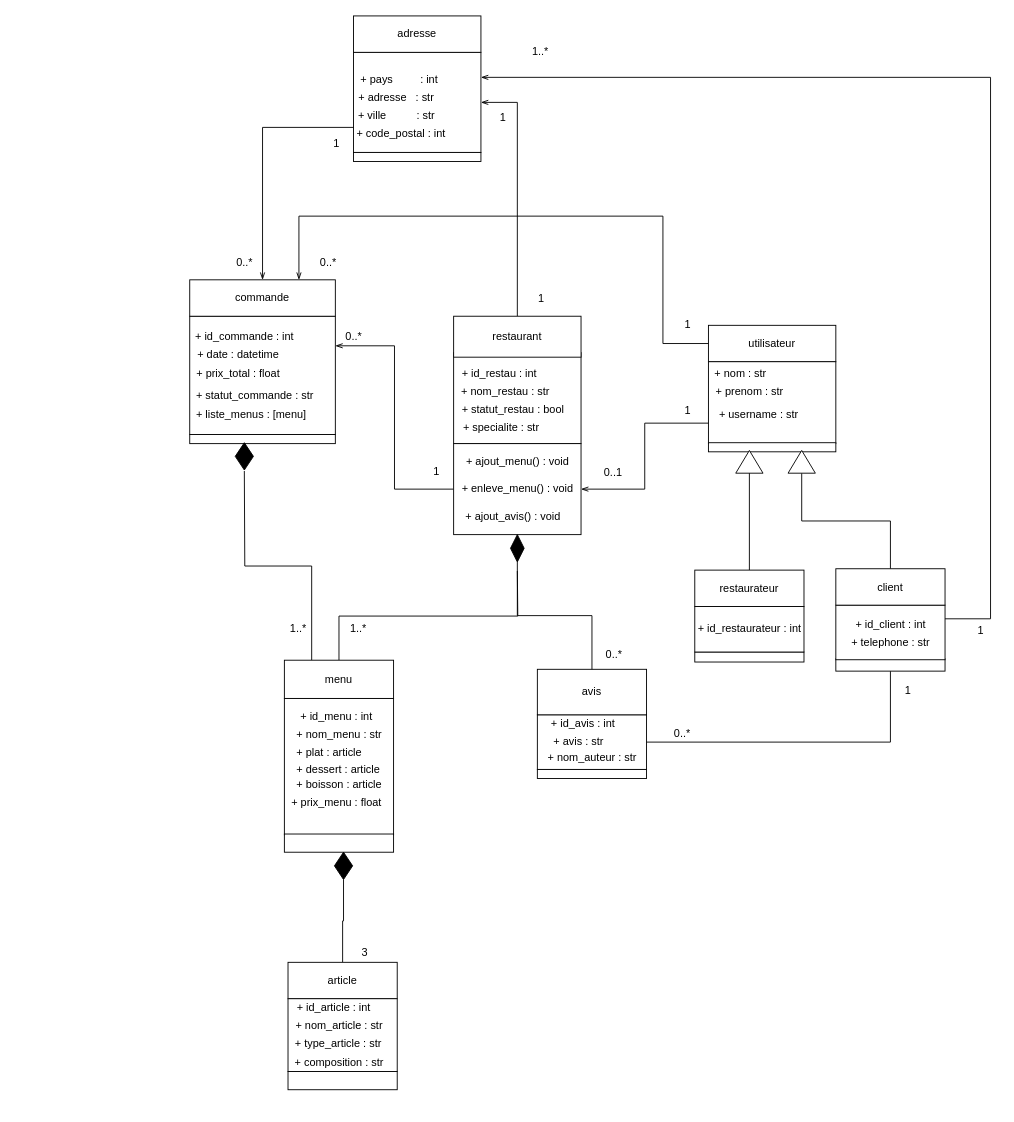
This is diagrammes/diagramme_de_classes.drawio from TheAIWizard/Ensaeats, a draw.io file, before an edit. Source tidied: cells renumbered, new cells numbered last; positions are measured from the earlier drawing's top-left corner, leaving out a move shared by most shapes. Both pictures are drawn from the tidied source at 91%, with x=0, y=0 at pixel (184, 15).
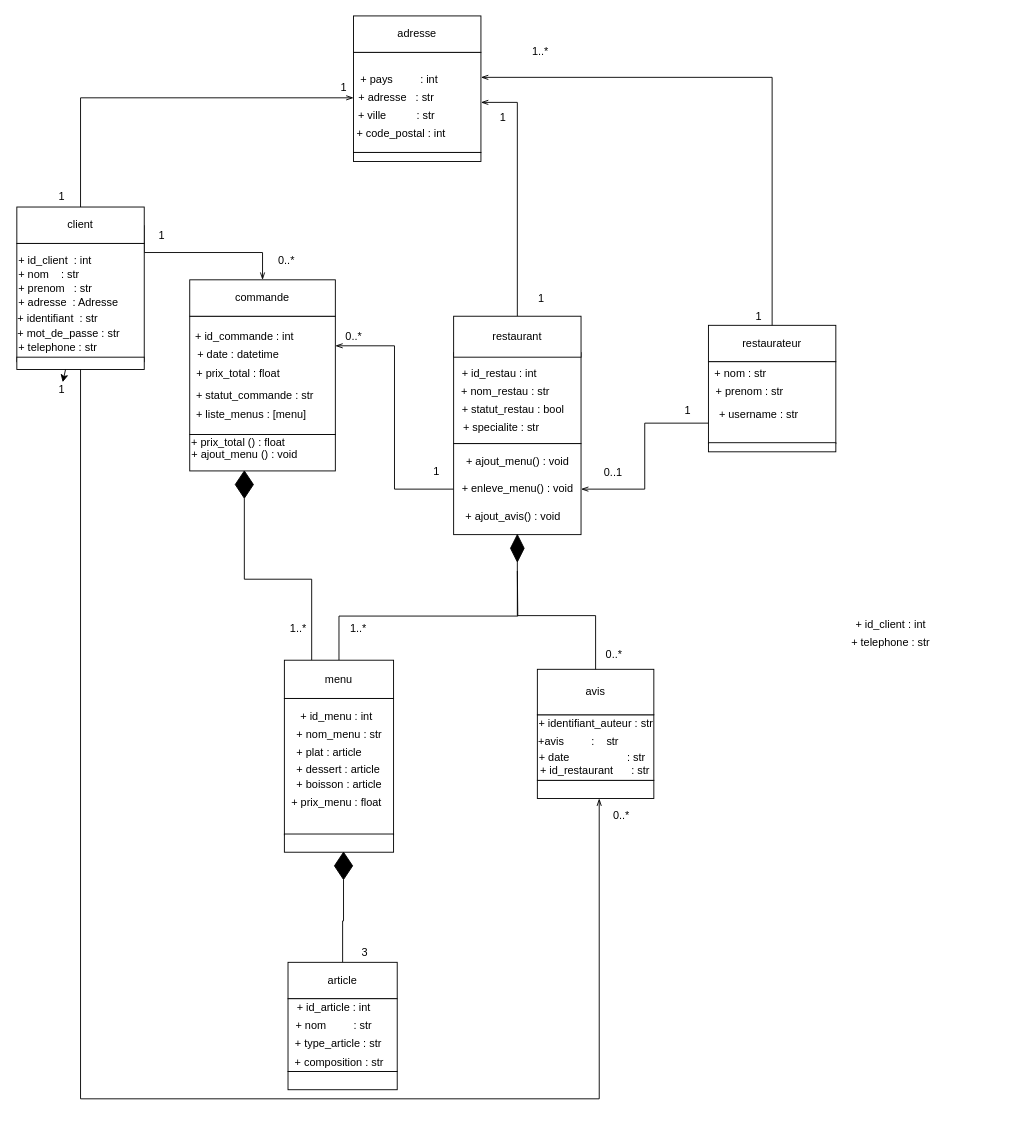
The same page after the edit.

Commit message (it also covers changes not shown here):
miise à jours des diagramme

Unchanged cells that the change refers to:
```xml
<mxCell id="4" style="rounded=0;whiteSpace=wrap;html=1;" parent="1" vertex="1">
  <mxGeometry x="186" y="40" width="140" height="110" as="geometry" />
</mxCell>
<mxCell id="30" value="commande" style="rounded=0;whiteSpace=wrap;html=1;" parent="1" vertex="1">
  <mxGeometry x="6" y="290" width="160" height="40" as="geometry" />
</mxCell>
<mxCell id="73" value="menu" style="rounded=0;whiteSpace=wrap;html=1;" parent="1" vertex="1">
  <mxGeometry x="110" y="708" width="120" height="42" as="geometry" />
</mxCell>
```

Diff of the diagram source:
```diff
@@
     <mxCell id="5" style="rounded=0;whiteSpace=wrap;html=1;" parent="1" vertex="1">
-      <mxGeometry x="6" y="460" width="160" height="10" as="geometry" />
+      <mxGeometry x="6" y="460" width="160" height="40" as="geometry" />
     </mxCell>
@@
-    <mxCell id="8" style="edgeStyle=orthogonalEdgeStyle;rounded=0;jettySize=auto;html=1;exitX=0;exitY=0.75;exitDx=0;exitDy=0;endArrow=openThin;endFill=0;strokeColor=#000000;" parent="1" edge="1" source="4" target="30">
-      <mxGeometry relative="1" as="geometry" />
+    <mxCell id="8" style="edgeStyle=orthogonalEdgeStyle;rounded=0;jettySize=auto;html=1;endArrow=openThin;endFill=0;strokeColor=#000000;exitX=1;exitY=0.5;exitDx=0;exitDy=0;" parent="1" edge="1" source="60" target="30">
+      <mxGeometry relative="1" as="geometry">
+        <Array as="points">
+          <mxPoint x="-44" y="260" />
+          <mxPoint x="86" y="260" />
+        </Array>
+      </mxGeometry>
     </mxCell>
@@
-    <mxCell id="10" value="utilisateur" style="rounded=0;whiteSpace=wrap;html=1;" parent="1" vertex="1">
+    <mxCell id="10" value="restaurateur" style="rounded=0;whiteSpace=wrap;html=1;" parent="1" vertex="1">
       <mxGeometry x="576" y="340" width="140" height="40" as="geometry" />
     </mxCell>
@@
-    <mxCell id="12" style="edgeStyle=orthogonalEdgeStyle;rounded=0;jettySize=auto;html=1;exitX=0;exitY=0.5;exitDx=0;exitDy=0;entryX=0.75;entryY=0;entryDx=0;entryDy=0;endArrow=openThin;endFill=0;strokeColor=#000000;" parent="1" edge="1" source="10" target="30">
-      <mxGeometry relative="1" as="geometry">
-        <Array as="points">
-          <mxPoint x="526" y="360" />
-          <mxPoint x="526" y="220" />
-          <mxPoint x="126" y="220" />
-        </Array>
-      </mxGeometry>
-    </mxCell>
@@
-    <mxCell id="14" style="edgeStyle=orthogonalEdgeStyle;rounded=0;jettySize=auto;html=1;endArrow=openThin;endFill=0;strokeColor=#000000;entryX=1;entryY=0.25;entryDx=0;entryDy=0;exitX=1;exitY=0.25;exitDx=0;exitDy=0;" parent="1" edge="1" source="58" target="4">
+    <mxCell id="14" style="edgeStyle=orthogonalEdgeStyle;rounded=0;jettySize=auto;html=1;endArrow=openThin;endFill=0;strokeColor=#000000;entryX=1;entryY=0.25;entryDx=0;entryDy=0;exitX=0.5;exitY=0;exitDx=0;exitDy=0;" parent="1" edge="1" source="10" target="4">
       <mxGeometry relative="1" as="geometry">
         <Array as="points">
-          <mxPoint x="886" y="663" />
-          <mxPoint x="886" y="68" />
+          <mxPoint x="646" y="68" />
         </Array>
       </mxGeometry>
     </mxCell>
@@
-    <mxCell id="33" value="&lt;font color=&quot;#000000&quot;&gt;1&lt;/font&gt;" style="text;html=1;align=center;verticalAlign=middle;strokeColor=none;" parent="1" vertex="1">
-      <mxGeometry x="866" y="667" width="17" height="17" as="geometry" />
-    </mxCell>
     <mxCell id="34" value="&lt;font color=&quot;#000000&quot;&gt;1&lt;/font&gt;" style="text;html=1;align=center;verticalAlign=middle;strokeColor=none;" parent="1" vertex="1">
-      <mxGeometry x="544" y="330" width="17" height="17" as="geometry" />
+      <mxGeometry x="622.5" y="322" width="17" height="17" as="geometry" />
     </mxCell>
@@
     <mxCell id="37" value="&lt;font color=&quot;#000000&quot;&gt;0..*&lt;/font&gt;" style="text;html=1;align=center;verticalAlign=middle;strokeColor=none;" parent="1" vertex="1">
-      <mxGeometry x="144" y="262" width="28" height="17" as="geometry" />
+      <mxGeometry x="98" y="260.5" width="28" height="17" as="geometry" />
     </mxCell>
@@
-    <mxCell id="40" value="&lt;font color=&quot;#000000&quot;&gt;1&lt;/font&gt;" style="text;html=1;align=center;verticalAlign=middle;strokeColor=none;" parent="1" vertex="1">
-      <mxGeometry x="158" y="132" width="17" height="17" as="geometry" />
-    </mxCell>
@@
-    <mxCell id="42" value="&lt;font color=&quot;#000000&quot;&gt;0..*&lt;/font&gt;" style="text;html=1;align=center;verticalAlign=middle;strokeColor=none;" parent="1" vertex="1">
-      <mxGeometry x="52" y="262" width="28" height="17" as="geometry" />
-    </mxCell>
@@
     <mxCell id="48" style="rounded=0;whiteSpace=wrap;html=1;" parent="1" vertex="1">
-      <mxGeometry x="388" y="828" width="120" height="10" as="geometry" />
+      <mxGeometry x="388" y="840" width="128" height="20" as="geometry" />
     </mxCell>
-    <mxCell id="49" style="rounded=0;whiteSpace=wrap;html=1;" parent="1" vertex="1">
-      <mxGeometry x="388" y="768" width="120" height="60" as="geometry" />
+    <mxCell id="49" style="rounded=0;whiteSpace=wrap;html=1;align=left;" parent="1" vertex="1">
+      <mxGeometry x="388" y="768" width="128" height="72" as="geometry" />
     </mxCell>
     <mxCell id="50" value="avis" style="rounded=0;whiteSpace=wrap;html=1;" parent="1" vertex="1">
-      <mxGeometry x="388" y="718" width="120" height="50" as="geometry" />
+      <mxGeometry x="388" y="718" width="128" height="50" as="geometry" />
     </mxCell>
@@
-    <mxCell id="56" style="edgeStyle=orthogonalEdgeStyle;rounded=0;jettySize=auto;html=1;exitX=0.5;exitY=1;exitDx=0;exitDy=0;entryX=1;entryY=0.5;entryDx=0;entryDy=0;endArrow=none;endFill=0;strokeColor=#000000;" parent="1" edge="1" source="57" target="49">
-      <mxGeometry relative="1" as="geometry" />
-    </mxCell>
-    <mxCell id="57" style="rounded=0;whiteSpace=wrap;html=1;" parent="1" vertex="1">
-      <mxGeometry x="716" y="706.5" width="120" height="13.5" as="geometry" />
-    </mxCell>
-    <mxCell id="58" style="rounded=0;whiteSpace=wrap;html=1;" parent="1" vertex="1">
-      <mxGeometry x="716" y="647.5" width="120" height="60" as="geometry" />
-    </mxCell>
-    <mxCell id="59" style="edgeStyle=orthogonalEdgeStyle;rounded=0;jettySize=auto;html=1;exitX=0.5;exitY=0;exitDx=0;exitDy=0;entryX=0;entryY=0.5;entryDx=0;entryDy=0;endArrow=none;endFill=0;strokeColor=#000000;" parent="1" edge="1" source="60" target="62">
-      <mxGeometry relative="1" as="geometry" />
-    </mxCell>
-    <mxCell id="60" value="client" style="rounded=0;whiteSpace=wrap;html=1;" parent="1" vertex="1">
-      <mxGeometry x="716" y="607.5" width="120" height="40" as="geometry" />
-    </mxCell>
-    <mxCell id="61" style="triangle;whiteSpace=wrap;html=1;rotation=-90;" parent="1" vertex="1">
-      <mxGeometry x="608.5" y="475" width="25" height="30" as="geometry" />
-    </mxCell>
-    <mxCell id="62" style="triangle;whiteSpace=wrap;html=1;rotation=-90;" parent="1" vertex="1">
-      <mxGeometry x="666" y="475" width="25" height="30" as="geometry" />
-    </mxCell>
-    <mxCell id="63" style="rounded=0;whiteSpace=wrap;html=1;" parent="1" vertex="1">
-      <mxGeometry x="561" y="699" width="120" height="11" as="geometry" />
-    </mxCell>
-    <mxCell id="64" style="rounded=0;whiteSpace=wrap;html=1;" parent="1" vertex="1">
-      <mxGeometry x="561" y="649" width="120" height="50" as="geometry" />
-    </mxCell>
-    <mxCell id="65" style="edgeStyle=orthogonalEdgeStyle;rounded=0;jettySize=auto;html=1;exitX=0.5;exitY=0;exitDx=0;exitDy=0;endArrow=none;endFill=0;strokeColor=#000000;entryX=0;entryY=0.5;entryDx=0;entryDy=0;" parent="1" edge="1" source="66" target="61">
-      <mxGeometry relative="1" as="geometry" />
-    </mxCell>
-    <mxCell id="66" value="restaurateur" style="rounded=0;whiteSpace=wrap;html=1;" parent="1" vertex="1">
-      <mxGeometry x="561" y="609" width="120" height="40" as="geometry" />
-    </mxCell>
-    <mxCell id="67" value="+ id_restaurateur : int" style="text;html=1;align=center;verticalAlign=middle;strokeColor=none;" parent="1" vertex="1">
-      <mxGeometry x="556" y="664" width="130" height="20" as="geometry" />
-    </mxCell>
-    <mxCell id="68" value="+ nom_auteur : str" style="text;html=1;align=center;verticalAlign=middle;strokeColor=none;" parent="1" vertex="1">
-      <mxGeometry x="393" y="805" width="110" height="20" as="geometry" />
+    <mxCell id="68" value="+ date&amp;nbsp; &amp;nbsp; &amp;nbsp; &amp;nbsp; &amp;nbsp; &amp;nbsp; &amp;nbsp; &amp;nbsp; &amp;nbsp; &amp;nbsp;: str" style="text;html=1;align=center;verticalAlign=middle;strokeColor=none;" parent="1" vertex="1">
+      <mxGeometry x="383" y="805" width="130" height="20" as="geometry" />
     </mxCell>
     <mxCell id="69" style="rhombus;whiteSpace=wrap;html=1;fillColor=#000000;" parent="1" vertex="1">
-      <mxGeometry x="56" y="469" width="20" height="30" as="geometry" />
+      <mxGeometry x="56" y="500" width="20" height="30" as="geometry" />
     </mxCell>
@@
-    <mxCell id="72" style="edgeStyle=orthogonalEdgeStyle;rounded=0;jettySize=auto;html=1;exitX=0.25;exitY=0;exitDx=0;exitDy=0;endArrow=none;endFill=0;strokeColor=#000000;" parent="1" edge="1" source="73">
-      <mxGeometry relative="1" as="geometry">
-        <mxPoint x="66" y="500" as="targetPoint" />
-      </mxGeometry>
+    <mxCell id="72" style="edgeStyle=orthogonalEdgeStyle;rounded=0;jettySize=auto;html=1;exitX=0.25;exitY=0;exitDx=0;exitDy=0;endArrow=none;endFill=0;strokeColor=#000000;entryX=0.5;entryY=1;entryDx=0;entryDy=0;" parent="1" edge="1" source="73" target="69">
+      <mxGeometry relative="1" as="geometry" />
     </mxCell>
@@
-    <mxCell id="81" value="&lt;font color=&quot;#000000&quot;&gt;0..*&lt;/font&gt;" style="text;html=1;align=center;verticalAlign=middle;strokeColor=none;" parent="1" vertex="1">
-      <mxGeometry x="533" y="780" width="28" height="17" as="geometry" />
-    </mxCell>
@@
-    <mxCell id="85" value="+ id_avis : int" style="text;html=1;align=center;verticalAlign=middle;strokeColor=none;" parent="1" vertex="1">
-      <mxGeometry x="393" y="768" width="90" height="20" as="geometry" />
+    <mxCell id="85" value="+ identifiant_auteur : str" style="text;html=1;align=center;verticalAlign=middle;strokeColor=none;" parent="1" vertex="1">
+      <mxGeometry x="382" y="768" width="140" height="20" as="geometry" />
     </mxCell>
-    <mxCell id="86" value="+ avis : str" style="text;html=1;align=center;verticalAlign=middle;strokeColor=none;" parent="1" vertex="1">
-      <mxGeometry x="398" y="788" width="70" height="20" as="geometry" />
+    <mxCell id="86" value="+avis&amp;nbsp; &amp;nbsp; &amp;nbsp; &amp;nbsp; &amp;nbsp;:&amp;nbsp; &amp;nbsp; str" style="text;html=1;align=center;verticalAlign=middle;strokeColor=none;" parent="1" vertex="1">
+      <mxGeometry x="383" y="788" width="100" height="20" as="geometry" />
     </mxCell>
@@
-    <mxCell id="95" value="+ nom_article : str" style="text;html=1;align=center;verticalAlign=middle;strokeColor=none;" parent="1" vertex="1">
-      <mxGeometry x="115" y="1100" width="110" height="20" as="geometry" />
+    <mxCell id="95" value="+ nom&amp;nbsp; &amp;nbsp; &amp;nbsp; &amp;nbsp; &amp;nbsp;: str" style="text;html=1;align=center;verticalAlign=middle;strokeColor=none;" parent="1" vertex="1">
+      <mxGeometry x="114" y="1100" width="100" height="20" as="geometry" />
     </mxCell>
@@
-    <mxCell id="99" value="&lt;font color=&quot;#000000&quot;&gt;1&lt;/font&gt;" style="text;html=1;align=center;verticalAlign=middle;strokeColor=none;" parent="1" vertex="1">
-      <mxGeometry x="786" y="733" width="17" height="17" as="geometry" />
-    </mxCell>
@@
+    <mxCell id="103" value="+ id_restaurant&amp;nbsp; &amp;nbsp; &amp;nbsp; : str" style="text;html=1;align=center;verticalAlign=middle;strokeColor=none;" parent="1" vertex="1">
+      <mxGeometry x="381" y="820" width="140" height="20" as="geometry" />
+    </mxCell>
+    <mxCell id="60" value="client" style="rounded=0;whiteSpace=wrap;html=1;" parent="1" vertex="1">
+      <mxGeometry x="-184" y="210" width="140" height="40" as="geometry" />
+    </mxCell>
+    <mxCell id="104" style="edgeStyle=none;html=1;" parent="1" edge="1" source="105" target="115">
+      <mxGeometry relative="1" as="geometry" />
+    </mxCell>
+    <mxCell id="105" style="rounded=0;whiteSpace=wrap;html=1;" parent="1" vertex="1">
+      <mxGeometry x="-184" y="250" width="140" height="130" as="geometry" />
+    </mxCell>
+    <mxCell id="106" value="+ id_client&amp;nbsp; : int" style="text;html=1;align=left;verticalAlign=middle;strokeColor=none;" parent="1" vertex="1">
+      <mxGeometry x="-184" y="259" width="100" height="20" as="geometry" />
+    </mxCell>
+    <mxCell id="107" value="+ nom&amp;nbsp; &amp;nbsp; : str" style="text;html=1;align=left;verticalAlign=middle;strokeColor=none;" parent="1" vertex="1">
+      <mxGeometry x="-184" y="275" width="80" height="20" as="geometry" />
+    </mxCell>
+    <mxCell id="108" value="+ prenom&amp;nbsp; &amp;nbsp;: str" style="text;html=1;align=left;verticalAlign=middle;strokeColor=none;" parent="1" vertex="1">
+      <mxGeometry x="-184" y="290" width="100" height="20" as="geometry" />
+    </mxCell>
+    <mxCell id="109" value="+ identifiant&amp;nbsp; : str" style="text;html=1;align=left;verticalAlign=middle;strokeColor=none;" parent="1" vertex="1">
+      <mxGeometry x="-185.5" y="322.5" width="100" height="20" as="geometry" />
+    </mxCell>
+    <mxCell id="110" value="+ telephone : str" style="text;html=1;align=left;verticalAlign=middle;strokeColor=none;" parent="1" vertex="1">
+      <mxGeometry x="-184" y="355" width="100" height="20" as="geometry" />
+    </mxCell>
+    <mxCell id="111" value="+ mot_de_passe : str" style="text;html=1;align=left;verticalAlign=middle;strokeColor=none;" parent="1" vertex="1">
+      <mxGeometry x="-185.5" y="339" width="130" height="20" as="geometry" />
+    </mxCell>
+    <mxCell id="112" style="rounded=0;whiteSpace=wrap;html=1;" parent="1" vertex="1">
+      <mxGeometry x="-184" y="375" width="140" height="13.5" as="geometry" />
+    </mxCell>
+    <mxCell id="113" style="edgeStyle=orthogonalEdgeStyle;rounded=0;jettySize=auto;html=1;endArrow=openThin;endFill=0;strokeColor=#000000;exitX=0.5;exitY=1;exitDx=0;exitDy=0;entryX=0.531;entryY=1;entryDx=0;entryDy=0;entryPerimeter=0;" parent="1" edge="1" source="112" target="48">
+      <mxGeometry relative="1" as="geometry">
+        <Array as="points">
+          <mxPoint x="-114" y="1190" />
+          <mxPoint x="456" y="1190" />
+        </Array>
+      </mxGeometry>
+    </mxCell>
+    <mxCell id="114" value="&lt;font color=&quot;#000000&quot;&gt;0..*&lt;/font&gt;" style="text;html=1;align=center;verticalAlign=middle;strokeColor=none;" parent="1" vertex="1">
+      <mxGeometry x="466" y="870" width="28" height="17" as="geometry" />
+    </mxCell>
+    <mxCell id="115" value="&lt;font color=&quot;#000000&quot;&gt;1&lt;/font&gt;" style="text;html=1;align=center;verticalAlign=middle;points=[];strokeColor=none;" parent="1" vertex="1">
+      <mxGeometry x="-144" y="402.5" width="17" height="17" as="geometry" />
+    </mxCell>
+    <mxCell id="116" value="&lt;font color=&quot;#000000&quot;&gt;1&lt;/font&gt;" style="text;html=1;align=center;verticalAlign=middle;strokeColor=none;" parent="1" vertex="1">
+      <mxGeometry x="-34" y="233" width="17" height="17" as="geometry" />
+    </mxCell>
+    <mxCell id="117" style="edgeStyle=orthogonalEdgeStyle;rounded=0;jettySize=auto;html=1;endArrow=openThin;endFill=0;strokeColor=#000000;exitX=0.5;exitY=0;exitDx=0;exitDy=0;" parent="1" edge="1" source="60">
+      <mxGeometry relative="1" as="geometry">
+        <mxPoint x="186" y="90" as="targetPoint" />
+        <Array as="points">
+          <mxPoint x="-114" y="90" />
+        </Array>
+      </mxGeometry>
+    </mxCell>
+    <mxCell id="118" value="&lt;font color=&quot;#000000&quot;&gt;1&lt;/font&gt;" style="text;html=1;align=center;verticalAlign=middle;strokeColor=none;" parent="1" vertex="1">
+      <mxGeometry x="166" y="70" width="17" height="17" as="geometry" />
+    </mxCell>
+    <mxCell id="119" value="&lt;font color=&quot;#000000&quot;&gt;1&lt;/font&gt;" style="text;html=1;align=center;verticalAlign=middle;strokeColor=none;" parent="1" vertex="1">
+      <mxGeometry x="-144" y="190" width="17" height="17" as="geometry" />
+    </mxCell>
+    <mxCell id="120" value="+ prix_total () : float" style="text;html=1;align=center;verticalAlign=middle;strokeColor=none;" parent="1" vertex="1">
+      <mxGeometry x="-1" y="459" width="120" height="20" as="geometry" />
+    </mxCell>
+    <mxCell id="121" value="+ adresse&amp;nbsp; : Adresse" style="text;html=1;align=left;verticalAlign=middle;strokeColor=none;" parent="1" vertex="1">
+      <mxGeometry x="-184" y="305" width="130" height="20" as="geometry" />
+    </mxCell>
+    <mxCell id="122" value="+ ajout_menu () : void" style="text;html=1;align=center;verticalAlign=middle;strokeColor=none;" parent="1" vertex="1">
+      <mxGeometry x="1" y="472" width="130" height="20" as="geometry" />
+    </mxCell>
```
